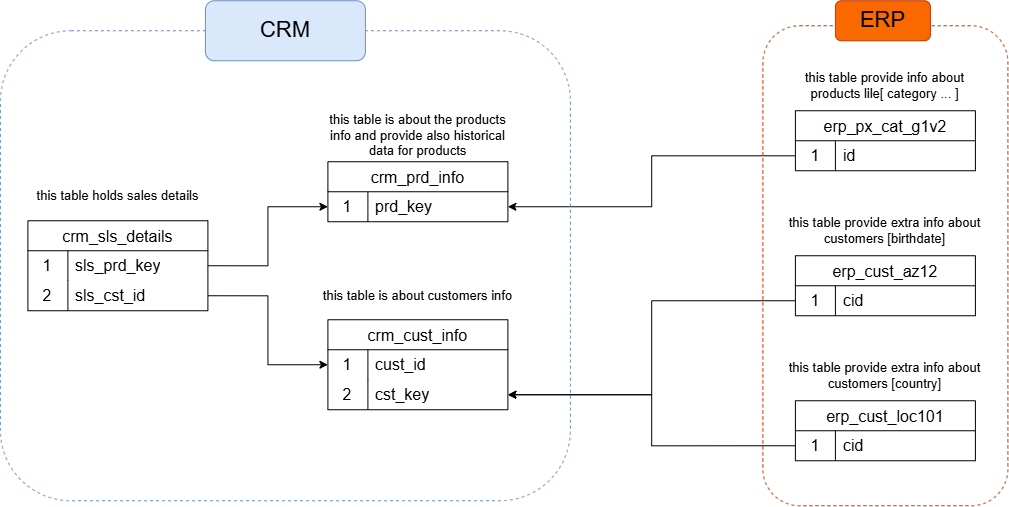
Before: docs/integration_diagram.png, a diagram exported from draw.io (mahmoudhussein1227/Data-Warehouse-Project). Source tidied: cells renumbered, new cells last; positions are measured from the earlier drawing's top-left corner, leaving out a move shared by most shapes.
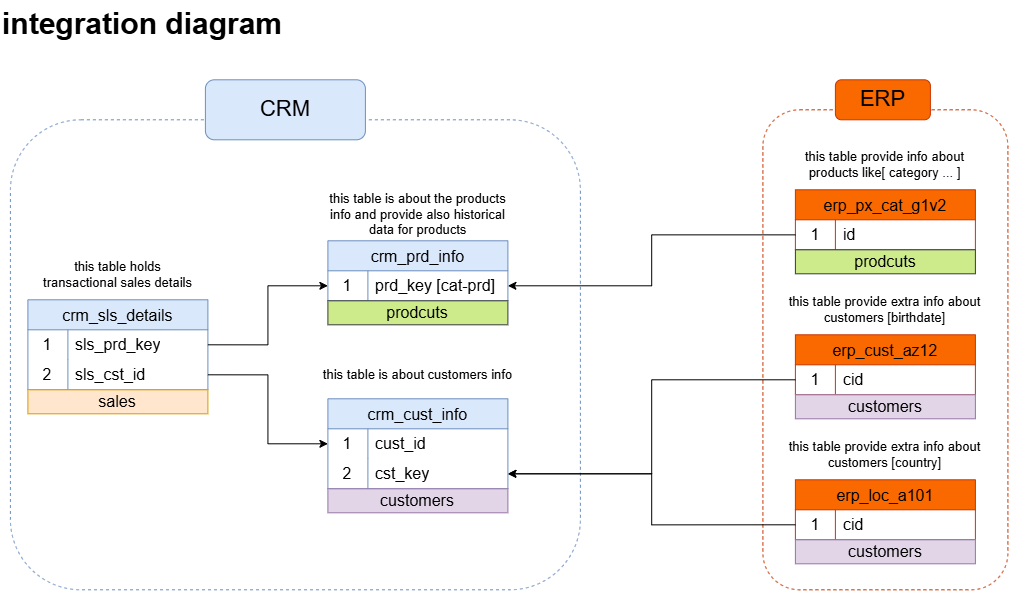
The same file after the commit.

Diff of the diagram source:
```diff
@@ -2,7 +2,7 @@
   <root>
     <mxCell id="0" />
     <mxCell id="1" parent="0" />
-    <mxCell id="2" value="crm_cust_info" style="shape=table;startSize=30;rowLines=0;fontStyle=0;strokeColor=default;fontSize=16;shadow=0;" parent="1" vertex="1">
+    <mxCell id="2" value="crm_cust_info" style="shape=table;startSize=30;rowLines=0;fontStyle=0;strokeColor=#6c8ebf;fontSize=16;shadow=0;fillColor=#dae8fc;rounded=0;" parent="1" vertex="1">
       <mxGeometry x="327.5" y="319" width="180" height="90" as="geometry" />
     </mxCell>
     <mxCell id="3" style="shape=tableRow;horizontal=0;startSize=0;swimlaneHead=0;swimlaneBody=0;top=0;left=0;bottom=0;right=0;fillColor=none;points=[[0,0.5],[1,0.5]];portConstraint=eastwest;strokeColor=inherit;fontSize=16;shadow=0;" parent="2" vertex="1">
@@ -26,7 +26,7 @@
     <mxCell id="9" value="&lt;font style=&quot;font-size: 13px;&quot;&gt;this table is about customers info&lt;/font&gt;" style="text;html=1;whiteSpace=wrap;strokeColor=none;fillColor=none;align=center;verticalAlign=middle;rounded=0;shadow=0;" parent="1" vertex="1">
       <mxGeometry x="320" y="280" width="195" height="30" as="geometry" />
     </mxCell>
-    <mxCell id="10" value="crm_prd_info" style="shape=table;startSize=30;rowLines=0;fontStyle=0;strokeColor=default;fontSize=16;shadow=0;" parent="1" vertex="1">
+    <mxCell id="10" value="crm_prd_info" style="shape=table;startSize=30;rowLines=0;fontStyle=0;strokeColor=#6c8ebf;fontSize=16;shadow=0;rounded=0;fillColor=#dae8fc;" parent="1" vertex="1">
       <mxGeometry x="327.5" y="161" width="180" height="60" as="geometry" />
     </mxCell>
     <mxCell id="11" style="shape=tableRow;horizontal=0;startSize=0;swimlaneHead=0;swimlaneBody=0;top=0;left=0;bottom=0;right=0;fillColor=none;points=[[0,0.5],[1,0.5]];portConstraint=eastwest;strokeColor=inherit;fontSize=16;shadow=0;" parent="10" vertex="1">
@@ -35,13 +35,13 @@
     <mxCell id="12" value="1" style="shape=partialRectangle;html=1;whiteSpace=wrap;fillColor=none;top=0;left=0;bottom=0;right=0;overflow=hidden;strokeColor=inherit;fontSize=16;shadow=0;" parent="11" vertex="1">
       <mxGeometry width="40" height="30" as="geometry" />
     </mxCell>
-    <mxCell id="13" value="prd_key" style="shape=partialRectangle;html=1;whiteSpace=wrap;fillColor=none;top=0;left=0;bottom=0;right=0;align=left;spacingLeft=6;overflow=hidden;strokeColor=inherit;fontSize=16;shadow=0;" parent="11" vertex="1">
+    <mxCell id="13" value="prd_key [cat-prd]" style="shape=partialRectangle;html=1;whiteSpace=wrap;fillColor=none;top=0;left=0;bottom=0;right=0;align=left;spacingLeft=6;overflow=hidden;strokeColor=inherit;fontSize=16;shadow=0;" parent="11" vertex="1">
       <mxGeometry x="40" width="140" height="30" as="geometry" />
     </mxCell>
     <mxCell id="14" value="&lt;font style=&quot;font-size: 13px;&quot;&gt;this table is about the products info and provide also historical data for products&lt;/font&gt;" style="text;html=1;whiteSpace=wrap;strokeColor=none;fillColor=none;align=center;verticalAlign=middle;rounded=0;shadow=0;" parent="1" vertex="1">
       <mxGeometry x="320" y="120" width="195" height="30" as="geometry" />
     </mxCell>
-    <mxCell id="15" value="crm_sls_details" style="shape=table;startSize=30;rowLines=0;fontStyle=0;strokeColor=default;fontSize=16;shadow=0;" parent="1" vertex="1">
+    <mxCell id="15" value="crm_sls_details" style="shape=table;startSize=30;rowLines=0;fontStyle=0;strokeColor=#6c8ebf;fontSize=16;shadow=0;fillColor=#dae8fc;rounded=0;" parent="1" vertex="1">
       <mxGeometry x="27.5" y="220" width="180" height="90" as="geometry" />
     </mxCell>
     <mxCell id="16" style="shape=tableRow;horizontal=0;startSize=0;swimlaneHead=0;swimlaneBody=0;top=0;left=0;bottom=0;right=0;fillColor=none;points=[[0,0.5],[1,0.5]];portConstraint=eastwest;strokeColor=inherit;fontSize=16;shadow=0;" parent="15" vertex="1">
@@ -62,13 +62,13 @@
     <mxCell id="21" value="sls_cst_id" style="shape=partialRectangle;html=1;whiteSpace=wrap;fillColor=none;top=0;left=0;bottom=0;right=0;align=left;spacingLeft=6;overflow=hidden;strokeColor=inherit;fontSize=16;shadow=0;" parent="19" vertex="1">
       <mxGeometry x="40" width="140" height="30" as="geometry" />
     </mxCell>
-    <mxCell id="22" value="&lt;span style=&quot;font-size: 13px;&quot;&gt;this table holds sales details&lt;/span&gt;" style="text;html=1;whiteSpace=wrap;strokeColor=none;fillColor=none;align=center;verticalAlign=middle;rounded=0;shadow=0;" parent="1" vertex="1">
+    <mxCell id="22" value="&lt;span style=&quot;font-size: 13px;&quot;&gt;this table holds transactional&lt;/span&gt;&lt;span style=&quot;font-size: 13px; background-color: transparent; color: light-dark(rgb(0, 0, 0), rgb(255, 255, 255));&quot;&gt;&amp;nbsp;sales details&lt;/span&gt;" style="text;html=1;whiteSpace=wrap;strokeColor=none;fillColor=none;align=center;verticalAlign=middle;rounded=0;shadow=0;" parent="1" vertex="1">
       <mxGeometry x="20" y="180" width="195" height="30" as="geometry" />
     </mxCell>
     <mxCell id="23" style="edgeStyle=orthogonalEdgeStyle;rounded=0;jettySize=auto;html=1;exitX=1;exitY=0.5;exitDx=0;exitDy=0;entryX=0;entryY=0.5;entryDx=0;entryDy=0;shadow=0;" parent="1" edge="1" source="19" target="3">
       <mxGeometry relative="1" as="geometry" />
     </mxCell>
-    <mxCell id="24" value="erp_cust_az12" style="shape=table;startSize=30;rowLines=0;fontStyle=0;strokeColor=default;fontSize=16;shadow=0;" parent="1" vertex="1">
+    <mxCell id="24" value="erp_cust_az12" style="shape=table;startSize=30;rowLines=0;fontStyle=0;strokeColor=#C73500;fontSize=16;shadow=0;fillColor=#fa6800;fontColor=#000000;rounded=0;" parent="1" vertex="1">
       <mxGeometry x="795" y="255" width="180" height="60" as="geometry" />
     </mxCell>
     <mxCell id="25" style="shape=tableRow;horizontal=0;startSize=0;swimlaneHead=0;swimlaneBody=0;top=0;left=0;bottom=0;right=0;fillColor=none;points=[[0,0.5],[1,0.5]];portConstraint=eastwest;strokeColor=inherit;fontSize=16;shadow=0;" parent="24" vertex="1">
@@ -83,7 +83,7 @@
     <mxCell id="28" value="&lt;font style=&quot;font-size: 13px;&quot;&gt;this table provide extra info about customers [birthdate]&lt;/font&gt;" style="text;html=1;whiteSpace=wrap;strokeColor=none;fillColor=none;align=center;verticalAlign=middle;rounded=0;shadow=0;" parent="1" vertex="1">
       <mxGeometry x="787.5" y="215" width="195" height="30" as="geometry" />
     </mxCell>
-    <mxCell id="29" value="erp_cust_loc101" style="shape=table;startSize=30;rowLines=0;fontStyle=0;strokeColor=default;fontSize=16;shadow=0;" parent="1" vertex="1">
+    <mxCell id="29" value="erp_loc_a101" style="shape=table;startSize=30;rowLines=0;fontStyle=0;strokeColor=#C73500;fontSize=16;shadow=0;fillColor=#fa6800;fontColor=#000000;rounded=0;" parent="1" vertex="1">
       <mxGeometry x="795" y="400" width="180" height="60" as="geometry" />
     </mxCell>
     <mxCell id="30" style="shape=tableRow;horizontal=0;startSize=0;swimlaneHead=0;swimlaneBody=0;top=0;left=0;bottom=0;right=0;fillColor=none;points=[[0,0.5],[1,0.5]];portConstraint=eastwest;strokeColor=inherit;fontSize=16;shadow=0;" parent="29" vertex="1">
@@ -98,7 +98,7 @@
     <mxCell id="33" value="&lt;font style=&quot;font-size: 13px;&quot;&gt;this table provide extra info about customers [country]&lt;/font&gt;" style="text;html=1;whiteSpace=wrap;strokeColor=none;fillColor=none;align=center;verticalAlign=middle;rounded=0;shadow=0;" parent="1" vertex="1">
       <mxGeometry x="787.5" y="360" width="195" height="30" as="geometry" />
     </mxCell>
-    <mxCell id="34" value="erp_px_cat_g1v2" style="shape=table;startSize=30;rowLines=0;fontStyle=0;strokeColor=default;fontSize=16;shadow=0;" parent="1" vertex="1">
+    <mxCell id="34" value="erp_px_cat_g1v2" style="shape=table;startSize=30;rowLines=0;fontStyle=0;strokeColor=#C73500;fontSize=16;shadow=0;fillColor=#fa6800;fontColor=#000000;rounded=0;" parent="1" vertex="1">
       <mxGeometry x="795" y="110" width="180" height="60" as="geometry" />
     </mxCell>
     <mxCell id="35" style="shape=tableRow;horizontal=0;startSize=0;swimlaneHead=0;swimlaneBody=0;top=0;left=0;bottom=0;right=0;fillColor=none;points=[[0,0.5],[1,0.5]];portConstraint=eastwest;strokeColor=inherit;fontSize=16;shadow=0;" parent="34" vertex="1">
@@ -110,7 +110,7 @@
     <mxCell id="37" value="id" style="shape=partialRectangle;html=1;whiteSpace=wrap;fillColor=none;top=0;left=0;bottom=0;right=0;align=left;spacingLeft=6;overflow=hidden;strokeColor=inherit;fontSize=16;shadow=0;" parent="35" vertex="1">
       <mxGeometry x="40" width="140" height="30" as="geometry" />
     </mxCell>
-    <mxCell id="38" value="&lt;font style=&quot;font-size: 13px;&quot;&gt;this table provide info about products lile[ category ... ]&lt;/font&gt;" style="text;html=1;whiteSpace=wrap;strokeColor=none;fillColor=none;align=center;verticalAlign=middle;rounded=0;shadow=0;" parent="1" vertex="1">
+    <mxCell id="38" value="&lt;font style=&quot;font-size: 13px;&quot;&gt;this table provide info about products like[ category ... ]&lt;/font&gt;" style="text;html=1;whiteSpace=wrap;strokeColor=none;fillColor=none;align=center;verticalAlign=middle;rounded=0;shadow=0;" parent="1" vertex="1">
       <mxGeometry x="787.5" y="70" width="195" height="30" as="geometry" />
     </mxCell>
     <mxCell id="39" style="edgeStyle=orthogonalEdgeStyle;rounded=0;jettySize=auto;html=1;entryX=1;entryY=0.5;entryDx=0;entryDy=0;shadow=0;" parent="1" edge="1" source="35" target="11">
@@ -120,13 +120,13 @@
       <mxGeometry relative="1" as="geometry" />
     </mxCell>
     <mxCell id="41" style="rounded=1;whiteSpace=wrap;html=1;fillColor=none;strokeColor=#6c8ebf;dashed=1;shadow=0;" parent="1" vertex="1">
-      <mxGeometry y="30" width="570" height="470" as="geometry" />
+      <mxGeometry x="10" y="40" width="570" height="470" as="geometry" />
     </mxCell>
     <mxCell id="42" value="&lt;font style=&quot;font-size: 22px;&quot;&gt;CRM&lt;/font&gt;" style="rounded=1;whiteSpace=wrap;html=1;fillColor=#dae8fc;strokeColor=#6c8ebf;shadow=0;" parent="1" vertex="1">
       <mxGeometry x="205" width="160" height="60" as="geometry" />
     </mxCell>
     <mxCell id="43" style="rounded=1;whiteSpace=wrap;html=1;fillColor=none;strokeColor=#C73500;fontColor=#000000;dashed=1;shadow=0;" parent="1" vertex="1">
-      <mxGeometry x="762.5" y="25" width="245" height="480" as="geometry" />
+      <mxGeometry x="762.5" y="30" width="245" height="480" as="geometry" />
     </mxCell>
     <mxCell id="44" value="&lt;font style=&quot;font-size: 22px;&quot;&gt;ERP&lt;/font&gt;" style="rounded=1;whiteSpace=wrap;html=1;fillColor=#fa6800;strokeColor=#C73500;fontColor=#000000;shadow=0;" parent="1" vertex="1">
       <mxGeometry x="835" width="95" height="40" as="geometry" />
@@ -137,5 +137,26 @@
     <mxCell id="46" style="edgeStyle=orthogonalEdgeStyle;rounded=0;jettySize=auto;html=1;exitX=0;exitY=0.5;exitDx=0;exitDy=0;" parent="1" edge="1" source="25" target="6">
       <mxGeometry relative="1" as="geometry" />
     </mxCell>
+    <mxCell id="47" value="&lt;font style=&quot;font-size: 16px;&quot;&gt;prodcuts&lt;/font&gt;" style="text;html=1;strokeColor=#36393d;fillColor=#cdeb8b;align=center;verticalAlign=middle;whiteSpace=wrap;overflow=hidden;rounded=0;" parent="1" vertex="1">
+      <mxGeometry x="327.5" y="221" width="180" height="24" as="geometry" />
+    </mxCell>
+    <mxCell id="48" value="&lt;font style=&quot;font-size: 16px;&quot;&gt;prodcuts&lt;/font&gt;" style="text;html=1;strokeColor=#36393d;fillColor=#cdeb8b;align=center;verticalAlign=middle;whiteSpace=wrap;overflow=hidden;rounded=0;" parent="1" vertex="1">
+      <mxGeometry x="795" y="170" width="180" height="24" as="geometry" />
+    </mxCell>
+    <mxCell id="49" value="&lt;font style=&quot;font-size: 16px;&quot;&gt;customers&lt;/font&gt;" style="text;html=1;strokeColor=#9673a6;fillColor=#e1d5e7;align=center;verticalAlign=middle;whiteSpace=wrap;overflow=hidden;rounded=0;" parent="1" vertex="1">
+      <mxGeometry x="327.5" y="409" width="180" height="24" as="geometry" />
+    </mxCell>
+    <mxCell id="50" value="&lt;font style=&quot;font-size: 16px;&quot;&gt;customers&lt;/font&gt;" style="text;html=1;strokeColor=#9673a6;fillColor=#e1d5e7;align=center;verticalAlign=middle;whiteSpace=wrap;overflow=hidden;rounded=0;" parent="1" vertex="1">
+      <mxGeometry x="795" y="460" width="180" height="24" as="geometry" />
+    </mxCell>
+    <mxCell id="51" value="&lt;font style=&quot;font-size: 16px;&quot;&gt;customers&lt;/font&gt;" style="text;html=1;strokeColor=#9673a6;fillColor=#e1d5e7;align=center;verticalAlign=middle;whiteSpace=wrap;overflow=hidden;rounded=0;" parent="1" vertex="1">
+      <mxGeometry x="795" y="315" width="180" height="24" as="geometry" />
+    </mxCell>
+    <mxCell id="52" value="&lt;font style=&quot;font-size: 16px;&quot;&gt;sales&lt;/font&gt;" style="text;html=1;strokeColor=#d79b00;fillColor=#ffe6cc;align=center;verticalAlign=middle;whiteSpace=wrap;overflow=hidden;rounded=0;" parent="1" vertex="1">
+      <mxGeometry x="27.5" y="310" width="180" height="24" as="geometry" />
+    </mxCell>
+    <mxCell id="53" value="&lt;h1 style=&quot;margin-top: 0px;&quot;&gt;&lt;span style=&quot;background-color: transparent; color: light-dark(rgb(0, 0, 0), rgb(255, 255, 255));&quot;&gt;integration diagram&lt;/span&gt;&lt;/h1&gt;" style="text;html=1;whiteSpace=wrap;overflow=hidden;rounded=0;fontSize=15;" parent="1" vertex="1">
+      <mxGeometry y="-80" width="300" height="120" as="geometry" />
+    </mxCell>
   </root>
 </mxGraphModel>
```
